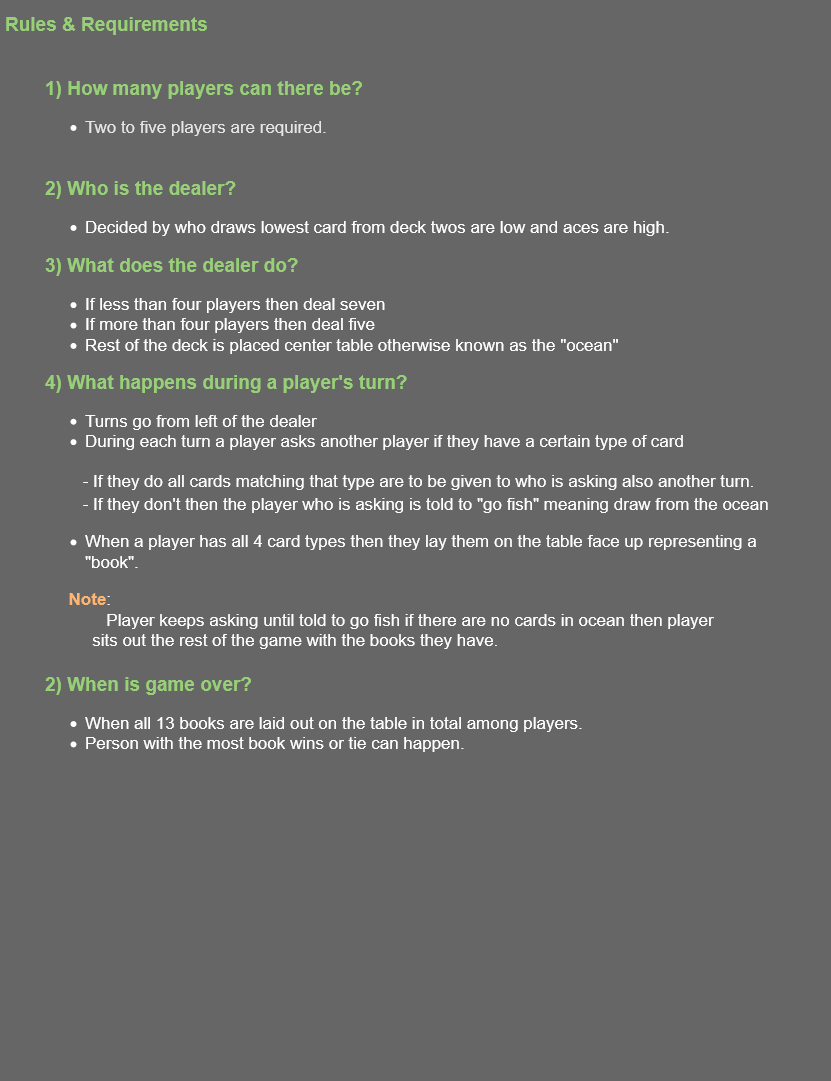
Before: diagrams/go-fish-rules.png, a diagram exported from draw.io (DariusRain/CardGames). Source tidied: cells renumbered, new cells last; positions are measured from the earlier drawing's top-left corner, leaving out a move shared by most shapes.
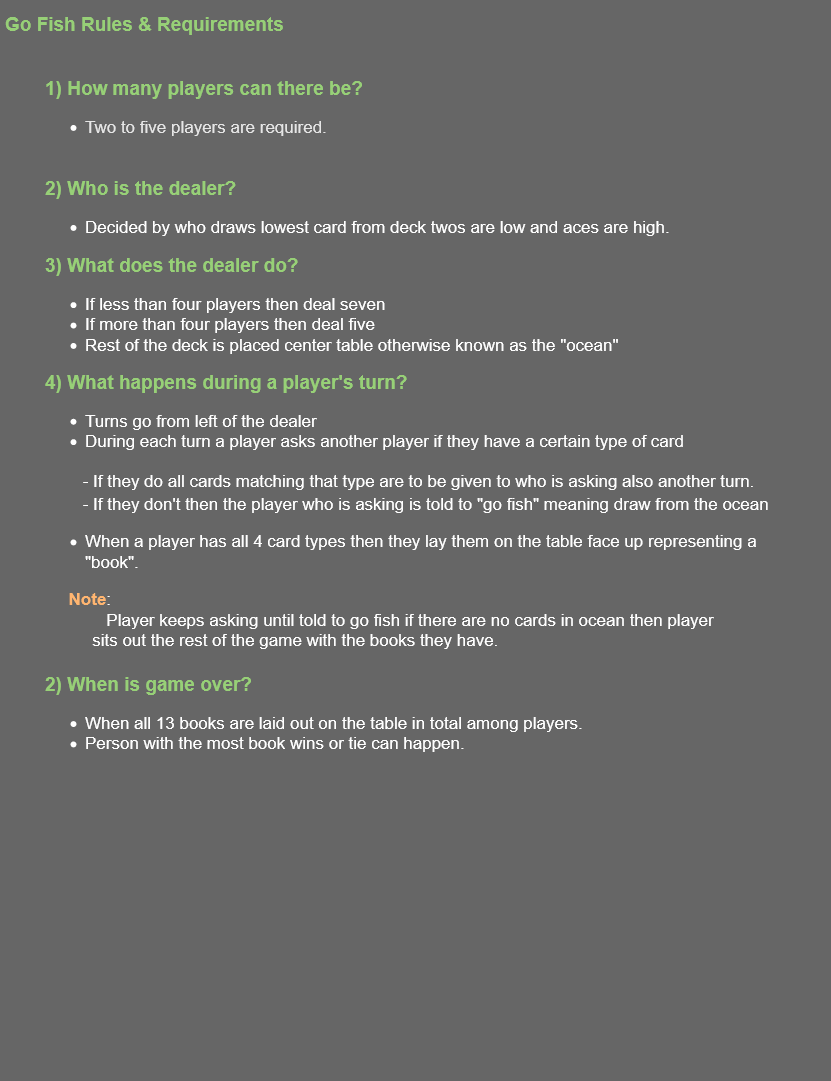
Later version of the same file.

Commit message:
Removing typos

What changed in the source:
```diff
@@ -2,7 +2,7 @@
   <root>
     <mxCell id="0" />
     <mxCell id="1" parent="0" />
-    <mxCell id="2" value="&lt;h1 style=&quot;font-size: 19px&quot;&gt;&lt;font color=&quot;#97D077&quot;&gt;Rules &amp;amp; Requirements&lt;/font&gt;&lt;/h1&gt;&lt;blockquote&gt;&lt;div&gt;&lt;br&gt;&lt;/div&gt;&lt;div&gt;&lt;div&gt;&lt;font color=&quot;#97D077&quot;&gt;&lt;b&gt;1) How many players can there be?&lt;/b&gt;&lt;/font&gt;&lt;/div&gt;&lt;div&gt;&lt;ul style=&quot;font-size: 17px&quot;&gt;&lt;li&gt;&lt;font style=&quot;font-size: 17px&quot; color=&quot;#E6E6E6&quot;&gt;Two to five players are required.&lt;/font&gt;&lt;br&gt;&lt;/li&gt;&lt;/ul&gt;&lt;/div&gt;&lt;/div&gt;&lt;div&gt;&lt;br&gt;&lt;/div&gt;&lt;div&gt;&lt;font color=&quot;#97D077&quot;&gt;&lt;b&gt;2) Who is the dealer? &lt;/b&gt;&lt;/font&gt;&lt;ul style=&quot;font-size: 17px&quot;&gt;&lt;li&gt;Decided by who draws lowest card from deck twos are low and aces are high.&lt;/li&gt;&lt;/ul&gt;&lt;div&gt;&lt;div&gt;&lt;font color=&quot;#97D077&quot;&gt;&lt;b&gt;3) What does the dealer do?&lt;/b&gt;&lt;/font&gt;&lt;br&gt;&lt;/div&gt;&lt;div style=&quot;font-size: 17px&quot;&gt;&lt;ul&gt;&lt;li&gt;If less than four players then deal seven&lt;br&gt;&lt;/li&gt;&lt;li&gt;If more than four players then deal five&lt;br&gt;&lt;/li&gt;&lt;li&gt;Rest of the deck is placed center table otherwise known as the &quot;ocean&quot;&lt;/li&gt;&lt;/ul&gt;&lt;div style=&quot;line-height: 120%&quot;&gt;&lt;div&gt;&lt;b&gt;&lt;font style=&quot;font-size: 19px&quot; color=&quot;#97D077&quot;&gt;4) What happens during a player's turn?&lt;/font&gt;&lt;/b&gt;&lt;br&gt;&lt;/div&gt;&lt;ul&gt;&lt;li&gt;Turns go from left of the dealer&lt;/li&gt;&lt;li&gt;During each turn a player asks another player if they have a certain type of card&lt;/li&gt;&lt;/ul&gt;&lt;div style=&quot;line-height: 150%&quot;&gt;&amp;nbsp;&amp;nbsp;&amp;nbsp;&amp;nbsp;&amp;nbsp;&amp;nbsp;&amp;nbsp; - If they do all cards matching that type are to be given to who is asking also another turn.&lt;/div&gt;&lt;div&gt;&amp;nbsp;&amp;nbsp;&amp;nbsp;&amp;nbsp;&amp;nbsp;&amp;nbsp;&amp;nbsp; - If they don't then the player who is asking is told to &quot;go fish&quot; meaning draw from the ocean &lt;br&gt;&lt;/div&gt;&lt;div&gt;&lt;ul&gt;&lt;li&gt;When a player has all 4 card types then they lay them on the table face up representing a &quot;book&quot;. &amp;nbsp;&amp;nbsp;&amp;nbsp; &amp;nbsp; &lt;/li&gt;&lt;/ul&gt;&lt;/div&gt;&lt;div&gt;&amp;nbsp;&amp;nbsp;&amp;nbsp;&amp;nbsp; &lt;font color=&quot;#FFB570&quot;&gt;&lt;b&gt;Note&lt;/b&gt;&lt;/font&gt;: &lt;br&gt;&lt;/div&gt;&lt;div&gt;&amp;nbsp;&amp;nbsp;&amp;nbsp;&amp;nbsp;&amp;nbsp;&amp;nbsp;&amp;nbsp;&amp;nbsp;&amp;nbsp;&amp;nbsp;&amp;nbsp;&amp;nbsp; Player keeps asking until told to go fish if there are no cards in ocean then player&lt;/div&gt;&lt;div&gt;&amp;nbsp;&amp;nbsp;&amp;nbsp;&amp;nbsp;&amp;nbsp;&amp;nbsp;&amp;nbsp;&amp;nbsp;&amp;nbsp; sits out the rest of the game with the books they have.&lt;br&gt;&lt;/div&gt;&lt;/div&gt;&lt;/div&gt;&lt;/div&gt;&lt;/div&gt;&lt;div&gt;&lt;br&gt;&lt;/div&gt;&lt;div&gt;&lt;font color=&quot;#97D077&quot;&gt;&lt;b&gt;2) When is game over? &lt;/b&gt;&lt;/font&gt;&lt;ul style=&quot;font-size: 17px&quot;&gt;&lt;li&gt;When all 13 books are laid out on the table in total among players.&lt;/li&gt;&lt;li&gt;Person with the most book wins or tie can happen.&lt;br&gt;&lt;/li&gt;&lt;/ul&gt;&lt;/div&gt;&lt;/blockquote&gt;" style="text;html=1;strokeColor=none;fillColor=none;spacing=5;spacingTop=-20;whiteSpace=wrap;overflow=hidden;rounded=0;fontColor=#FFFFFF;fontSize=19;" parent="1" vertex="1">
+    <mxCell id="2" value="&lt;h1 style=&quot;font-size: 19px&quot;&gt;&lt;font color=&quot;#97D077&quot;&gt;Go Fish Rules &amp;amp; Requirements&lt;/font&gt;&lt;/h1&gt;&lt;blockquote&gt;&lt;div&gt;&lt;br&gt;&lt;/div&gt;&lt;div&gt;&lt;div&gt;&lt;font color=&quot;#97D077&quot;&gt;&lt;b&gt;1) How many players can there be?&lt;/b&gt;&lt;/font&gt;&lt;/div&gt;&lt;div&gt;&lt;ul style=&quot;font-size: 17px&quot;&gt;&lt;li&gt;&lt;font style=&quot;font-size: 17px&quot; color=&quot;#E6E6E6&quot;&gt;Two to five players are required.&lt;/font&gt;&lt;br&gt;&lt;/li&gt;&lt;/ul&gt;&lt;/div&gt;&lt;/div&gt;&lt;div&gt;&lt;br&gt;&lt;/div&gt;&lt;div&gt;&lt;font color=&quot;#97D077&quot;&gt;&lt;b&gt;2) Who is the dealer? &lt;/b&gt;&lt;/font&gt;&lt;ul style=&quot;font-size: 17px&quot;&gt;&lt;li&gt;Decided by who draws lowest card from deck twos are low and aces are high.&lt;/li&gt;&lt;/ul&gt;&lt;div&gt;&lt;div&gt;&lt;font color=&quot;#97D077&quot;&gt;&lt;b&gt;3) What does the dealer do?&lt;/b&gt;&lt;/font&gt;&lt;br&gt;&lt;/div&gt;&lt;div style=&quot;font-size: 17px&quot;&gt;&lt;ul&gt;&lt;li&gt;If less than four players then deal seven&lt;br&gt;&lt;/li&gt;&lt;li&gt;If more than four players then deal five&lt;br&gt;&lt;/li&gt;&lt;li&gt;Rest of the deck is placed center table otherwise known as the &quot;ocean&quot;&lt;/li&gt;&lt;/ul&gt;&lt;div style=&quot;line-height: 120%&quot;&gt;&lt;div&gt;&lt;b&gt;&lt;font style=&quot;font-size: 19px&quot; color=&quot;#97D077&quot;&gt;4) What happens during a player's turn?&lt;/font&gt;&lt;/b&gt;&lt;br&gt;&lt;/div&gt;&lt;ul&gt;&lt;li&gt;Turns go from left of the dealer&lt;/li&gt;&lt;li&gt;During each turn a player asks another player if they have a certain type of card&lt;/li&gt;&lt;/ul&gt;&lt;div style=&quot;line-height: 150%&quot;&gt;&amp;nbsp;&amp;nbsp;&amp;nbsp;&amp;nbsp;&amp;nbsp;&amp;nbsp;&amp;nbsp; - If they do all cards matching that type are to be given to who is asking also another turn.&lt;/div&gt;&lt;div&gt;&amp;nbsp;&amp;nbsp;&amp;nbsp;&amp;nbsp;&amp;nbsp;&amp;nbsp;&amp;nbsp; - If they don't then the player who is asking is told to &quot;go fish&quot; meaning draw from the ocean &lt;br&gt;&lt;/div&gt;&lt;div&gt;&lt;ul&gt;&lt;li&gt;When a player has all 4 card types then they lay them on the table face up representing a &quot;book&quot;. &amp;nbsp;&amp;nbsp;&amp;nbsp; &amp;nbsp; &lt;/li&gt;&lt;/ul&gt;&lt;/div&gt;&lt;div&gt;&amp;nbsp;&amp;nbsp;&amp;nbsp;&amp;nbsp; &lt;font color=&quot;#FFB570&quot;&gt;&lt;b&gt;Note&lt;/b&gt;&lt;/font&gt;: &lt;br&gt;&lt;/div&gt;&lt;div&gt;&amp;nbsp;&amp;nbsp;&amp;nbsp;&amp;nbsp;&amp;nbsp;&amp;nbsp;&amp;nbsp;&amp;nbsp;&amp;nbsp;&amp;nbsp;&amp;nbsp;&amp;nbsp; Player keeps asking until told to go fish if there are no cards in ocean then player&lt;/div&gt;&lt;div&gt;&amp;nbsp;&amp;nbsp;&amp;nbsp;&amp;nbsp;&amp;nbsp;&amp;nbsp;&amp;nbsp;&amp;nbsp;&amp;nbsp; sits out the rest of the game with the books they have.&lt;br&gt;&lt;/div&gt;&lt;/div&gt;&lt;/div&gt;&lt;/div&gt;&lt;/div&gt;&lt;div&gt;&lt;br&gt;&lt;/div&gt;&lt;div&gt;&lt;font color=&quot;#97D077&quot;&gt;&lt;b&gt;2) When is game over? &lt;/b&gt;&lt;/font&gt;&lt;ul style=&quot;font-size: 17px&quot;&gt;&lt;li&gt;When all 13 books are laid out on the table in total among players.&lt;/li&gt;&lt;li&gt;Person with the most book wins or tie can happen.&lt;br&gt;&lt;/li&gt;&lt;/ul&gt;&lt;/div&gt;&lt;/blockquote&gt;" style="text;html=1;strokeColor=none;fillColor=none;spacing=5;spacingTop=-20;whiteSpace=wrap;overflow=hidden;rounded=0;fontColor=#FFFFFF;fontSize=19;" parent="1" vertex="1">
       <mxGeometry width="830" height="1070" as="geometry" />
     </mxCell>
   </root>
```
